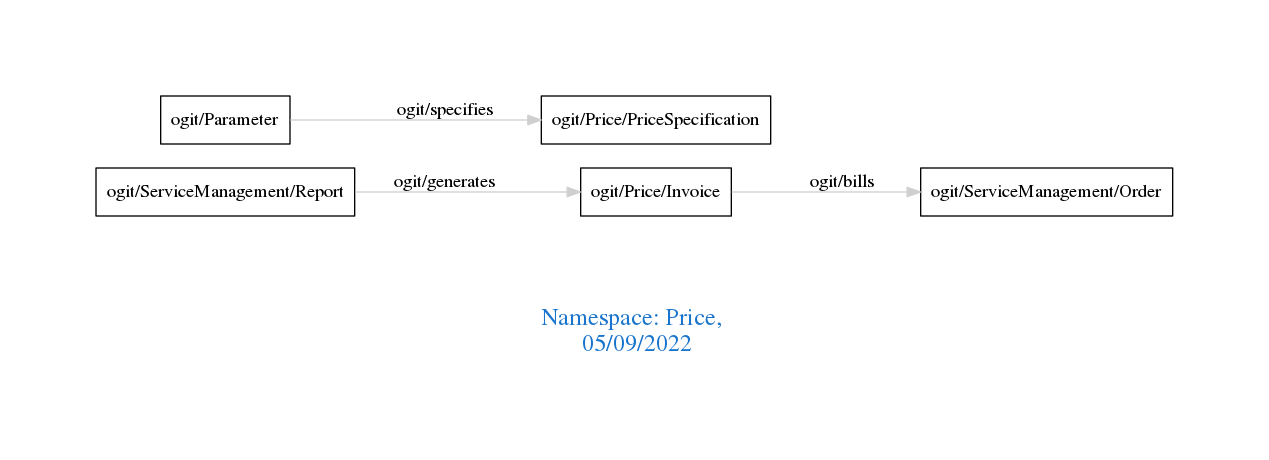
The Graphviz diagram downloads/Price.png in arago/OGIT, before a commit. Its source is kept beside it as downloads/Price.dot.
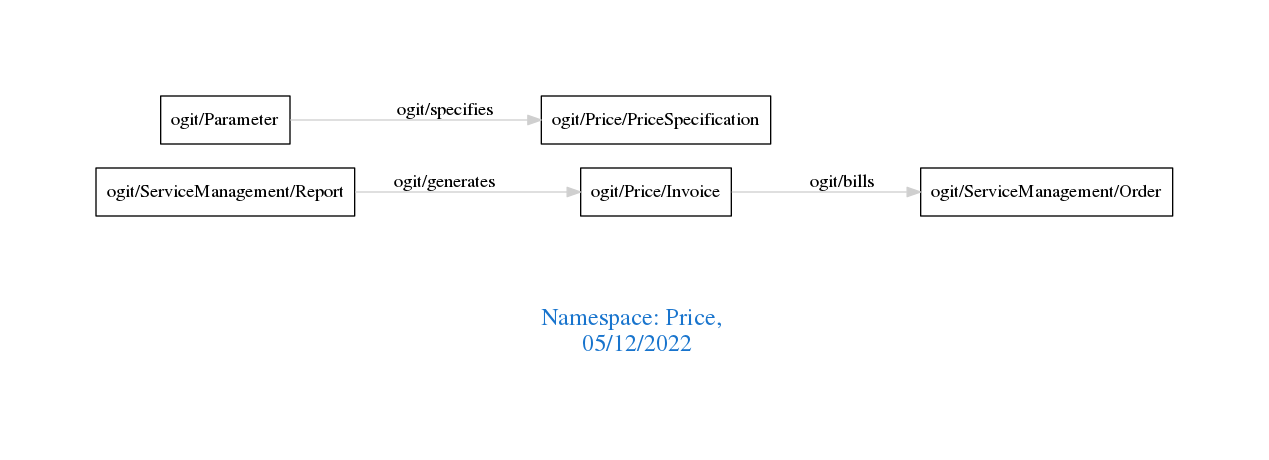
Above is the later version.

The edit, as a diff of the source:
```diff
@@ -1,7 +1,7 @@
 digraph OGIT_ontology {
  graph [ rankdir= LR,pad=1
 fontsize = 18,
-fontcolor= dodgerblue3,label = "\n\n\nNamespace: Price, \n 05/09/2022"];
+fontcolor= dodgerblue3,label = "\n\n\nNamespace: Price, \n 05/12/2022"];
 node[shape=polygon];
 edge [  color="gray81"];
 
```
